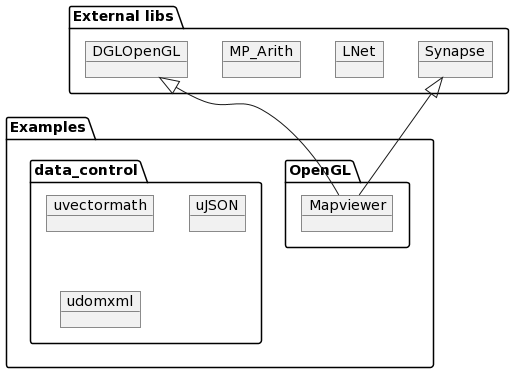
The PlantUML diagram Overview.png in PascalCorpsman/Examples, before a commit.
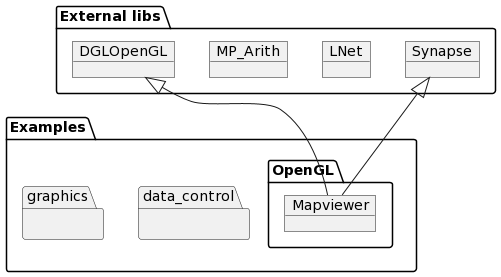
Above is the later version.

Diff of the diagram source:
```diff
@@ -6,9 +6,8 @@
    object Mapviewer
   }
   package "data_control" {
-   object uvectormath
-   object uJSON
-   object udomxml
+  }
+  package "graphics" {
   }
 }
 
```
